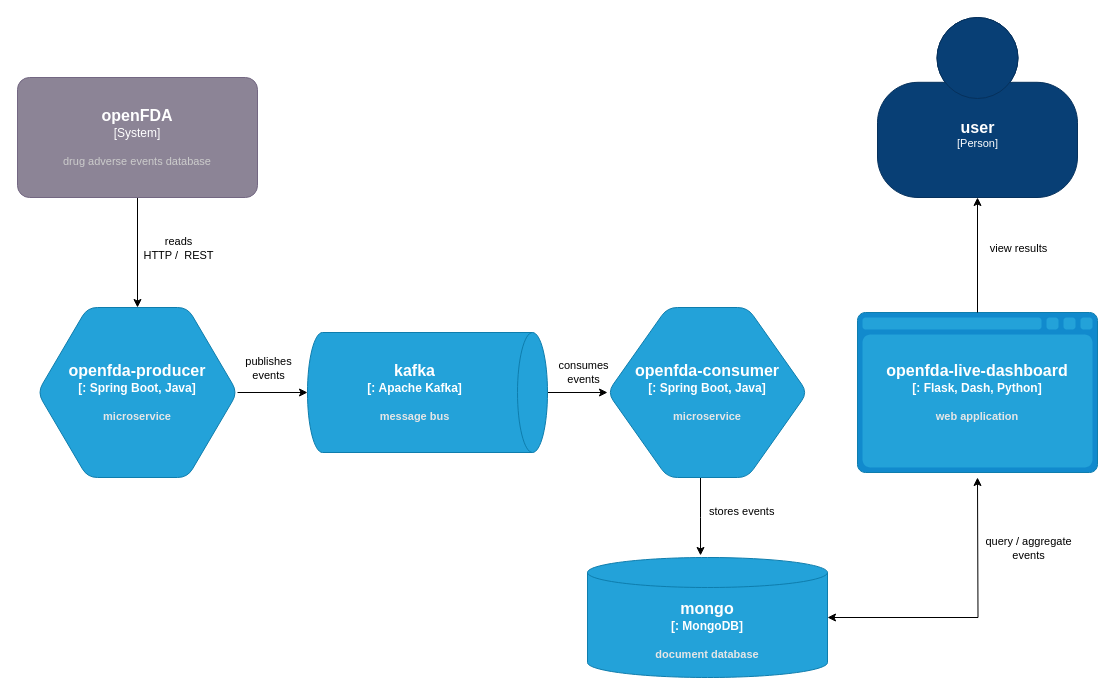
koziolk/openfda-bigdata-pipeline keeps this draw.io diagram as pipeline-architecture.drawio. Above is the earlier version. Source tidied: cells renumbered, new cells numbered last; positions are measured from the earlier drawing's top-left corner, leaving out a move shared by most shapes. Both pictures are drawn from the tidied source at 100%, with x=0, y=0 at pixel (17, 17).
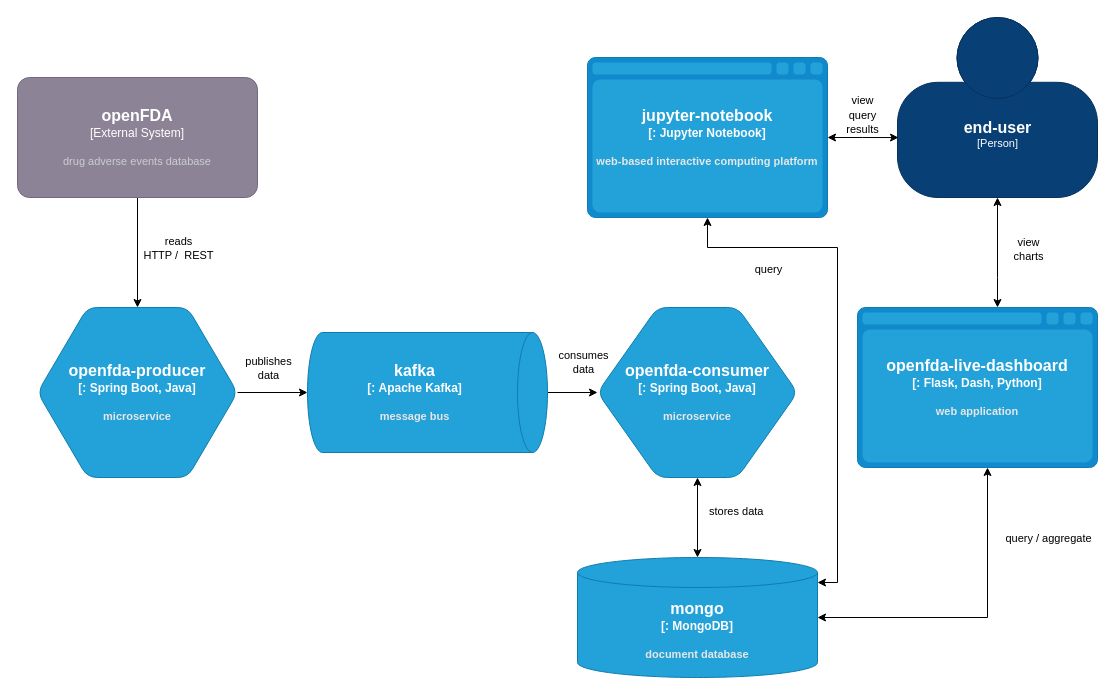
Above is the later version.

Commit message (it also covers changes not shown here):
update docker services definition, cosmetic changes in diagrams, new results

Unchanged cells that the change refers to:
```xml
<mxCell id="2" style="edgeStyle=orthogonalEdgeStyle;rounded=0;jettySize=auto;html=1;" parent="1" edge="1" source="4" target="6">
  <mxGeometry relative="1" as="geometry" />
</mxCell>
<object id="6" label="&lt;font style=&quot;font-size: 16px&quot;&gt;&lt;b&gt;%c4Type%&lt;/font&gt;&lt;div&gt;[%c4Container%:&amp;nbsp;%c4Technology%]&lt;/div&gt;&lt;br&gt;&lt;div&gt;&lt;font style=&quot;font-size: 11px&quot;&gt;&lt;font color=&quot;#E6E6E6&quot;&gt;%c4Description%&lt;/font&gt;&lt;/div&gt;" c4Container="" c4Description="message bus" c4Technology="Apache Kafka" c4Type="kafka" placeholders="1">
  <mxCell style="shape=cylinder3;size=15;direction=south;whiteSpace=wrap;html=1;boundedLbl=1;rounded=0;labelBackgroundColor=none;fillColor=#23A2D9;fontSize=12;fontColor=#ffffff;align=center;strokeColor=#0E7DAD;points=[[0.5,0,0],[1,0.25,0],[1,0.5,0],[1,0.75,0],[0.5,1,0],[0,0.75,0],[0,0.5,0],[0,0.25,0]];" parent="1" vertex="1">
    <mxGeometry x="290" y="315" width="240" height="120" as="geometry" />
  </mxCell>
</object>
```

What changed in the source:
```diff
@@
-    <mxCell id="3" value="publishes&lt;br&gt;events" style="edgeLabel;html=1;align=center;verticalAlign=middle;" parent="2" vertex="1">
+    <mxCell id="3" value="publishes&lt;br&gt;data" style="edgeLabel;html=1;align=center;verticalAlign=middle;" parent="2" vertex="1">
       <mxGeometry x="-0.06" y="4" relative="1" as="geometry">
         <mxPoint x="-3" y="-21" as="offset" />
       </mxGeometry>
     </mxCell>
@@
-    <mxCell id="5" style="edgeStyle=orthogonalEdgeStyle;rounded=0;jettySize=auto;html=1;" parent="1" edge="1" source="6" target="8">
+    <mxCell id="5" style="edgeStyle=orthogonalEdgeStyle;rounded=0;jettySize=auto;html=1;startArrow=none;startFill=0;endArrow=classic;endFill=1;" parent="1" edge="1" source="6" target="8">
       <mxGeometry relative="1" as="geometry" />
     </mxCell>
@@
-    <mxCell id="7" style="edgeStyle=orthogonalEdgeStyle;rounded=0;jettySize=auto;html=1;entryX=0.471;entryY=-0.017;entryDx=0;entryDy=0;entryPerimeter=0;" parent="1" edge="1" target="11">
-      <mxGeometry relative="1" as="geometry">
-        <mxPoint x="683" y="460" as="sourcePoint" />
-        <Array as="points">
-          <mxPoint x="683" y="500" />
-          <mxPoint x="683" y="500" />
-        </Array>
-      </mxGeometry>
-    </mxCell>
+    <mxCell id="21" style="edgeStyle=orthogonalEdgeStyle;rounded=0;jettySize=auto;html=1;startArrow=classic;startFill=1;endArrow=classic;endFill=1;" parent="1" edge="1" source="8" target="11">
+      <mxGeometry relative="1" as="geometry" />
+    </mxCell>
     <object id="8" label="&lt;font style=&quot;font-size: 16px&quot;&gt;&lt;b&gt;%c4Type%&lt;/font&gt;&lt;div&gt;[%c4Container%:&amp;nbsp;%c4Technology%]&lt;/div&gt;&lt;br&gt;&lt;div&gt;&lt;font style=&quot;font-size: 11px&quot;&gt;&lt;font color=&quot;#E6E6E6&quot;&gt;%c4Description%&lt;/font&gt;&lt;/div&gt;" c4Container="" c4Description="microservice" c4Technology="Spring Boot, Java" c4Type="openfda-consumer" placeholders="1">
       <mxCell style="shape=hexagon;size=60;perimeter=hexagonPerimeter2;whiteSpace=wrap;html=1;fixedSize=1;rounded=1;labelBackgroundColor=none;fillColor=#23A2D9;fontSize=12;fontColor=#ffffff;align=center;strokeColor=#0E7DAD;points=[[0.5,0,0],[1,0.25,0],[1,0.5,0],[1,0.75,0],[0.5,1,0],[0,0.75,0],[0,0.5,0],[0,0.25,0]];" parent="1" vertex="1">
-        <mxGeometry x="590" y="290" width="200" height="170" as="geometry" />
+        <mxGeometry x="580" y="290" width="200" height="170" as="geometry" />
       </mxCell>
     </object>
-    <mxCell id="9" style="edgeStyle=orthogonalEdgeStyle;rounded=0;jettySize=auto;html=1;startArrow=classic;startFill=1;" parent="1" edge="1" source="11">
+    <mxCell id="9" style="edgeStyle=orthogonalEdgeStyle;rounded=0;jettySize=auto;html=1;startArrow=classic;startFill=1;" parent="1" edge="1" source="11" target="15">
       <mxGeometry relative="1" as="geometry">
-        <mxPoint x="960" y="460" as="targetPoint" />
+        <Array as="points">
+          <mxPoint x="970" y="600" />
+        </Array>
       </mxGeometry>
     </mxCell>
-    <mxCell id="10" value="query / aggregate&lt;br&gt;events" style="edgeLabel;html=1;align=center;verticalAlign=middle;" parent="9" vertex="1">
+    <mxCell id="10" value="query" style="edgeLabel;html=1;align=center;verticalAlign=middle;" parent="9" vertex="1">
       <mxGeometry x="0.54" y="3" relative="1" as="geometry">
-        <mxPoint x="53" y="4" as="offset" />
+        <mxPoint x="-217" y="-273" as="offset" />
       </mxGeometry>
     </mxCell>
     <object id="11" label="&lt;font style=&quot;font-size: 16px&quot;&gt;&lt;b&gt;%c4Type%&lt;/font&gt;&lt;div&gt;[%c4Container%:&amp;nbsp;%c4Technology%]&lt;/div&gt;&lt;br&gt;&lt;div&gt;&lt;font style=&quot;font-size: 11px&quot;&gt;&lt;font color=&quot;#E6E6E6&quot;&gt;%c4Description%&lt;/font&gt;&lt;/div&gt;" c4Container="" c4Description="document database" c4Technology="MongoDB" c4Type="mongo" placeholders="1">
       <mxCell style="shape=cylinder3;size=15;whiteSpace=wrap;html=1;boundedLbl=1;rounded=0;labelBackgroundColor=none;fillColor=#23A2D9;fontSize=12;fontColor=#ffffff;align=center;strokeColor=#0E7DAD;points=[[0.5,0,0],[1,0.25,0],[1,0.5,0],[1,0.75,0],[0.5,1,0],[0,0.75,0],[0,0.5,0],[0,0.25,0]];" parent="1" vertex="1">
-        <mxGeometry x="570" y="540" width="240" height="120" as="geometry" />
+        <mxGeometry x="560" y="540" width="240" height="120" as="geometry" />
       </mxCell>
     </object>
@@
-    <object id="14" label="&lt;font style=&quot;font-size: 16px&quot;&gt;&lt;b&gt;%c4Name%&lt;/b&gt;&lt;/font&gt;&lt;div&gt;[%c4Type%]&lt;/div&gt;&lt;br&gt;&lt;div&gt;&lt;font style=&quot;font-size: 11px&quot;&gt;&lt;font color=&quot;#cccccc&quot;&gt;%c4Description%&lt;/font&gt;&lt;/div&gt;" c4Description="drug adverse events database" c4Name="openFDA" c4Type="System" placeholders="1">
+    <object id="14" label="&lt;font style=&quot;font-size: 16px&quot;&gt;&lt;b&gt;%c4Name%&lt;/b&gt;&lt;/font&gt;&lt;div&gt;[%c4Type%]&lt;/div&gt;&lt;br&gt;&lt;div&gt;&lt;font style=&quot;font-size: 11px&quot;&gt;&lt;font color=&quot;#cccccc&quot;&gt;%c4Description%&lt;/font&gt;&lt;/div&gt;" c4Description="drug adverse events database" c4Name="openFDA" c4Type="External System" placeholders="1">
       <mxCell style="rounded=1;whiteSpace=wrap;html=1;labelBackgroundColor=none;fillColor=#8C8496;fontColor=#ffffff;align=center;arcSize=10;strokeColor=#736782;points=[[0.25,0,0],[0.5,0,0],[0.75,0,0],[1,0.25,0],[1,0.5,0],[1,0.75,0],[0.75,1,0],[0.5,1,0],[0.25,1,0],[0,0.75,0],[0,0.5,0],[0,0.25,0]];" parent="1" vertex="1">
         <mxGeometry y="60" width="240" height="120" as="geometry" />
       </mxCell>
     </object>
+    <mxCell id="22" style="edgeStyle=orthogonalEdgeStyle;rounded=0;jettySize=auto;html=1;startArrow=classic;startFill=1;endArrow=classic;endFill=1;" parent="1" edge="1" source="15" target="17">
+      <mxGeometry relative="1" as="geometry">
+        <Array as="points">
+          <mxPoint x="980" y="260" />
+          <mxPoint x="980" y="260" />
+        </Array>
+      </mxGeometry>
+    </mxCell>
     <object id="15" label="&lt;font style=&quot;font-size: 16px&quot;&gt;&lt;b&gt;%c4Type%&lt;/font&gt;&lt;div&gt;[%c4Container%:&amp;nbsp;%c4Technology%]&lt;/div&gt;&lt;br&gt;&lt;div&gt;&lt;font style=&quot;font-size: 11px&quot;&gt;&lt;font color=&quot;#E6E6E6&quot;&gt;%c4Description%&lt;/font&gt;&lt;/div&gt;" c4Container="" c4Description="web application" c4Technology="Flask, Dash, Python" c4Type="openfda-live-dashboard" placeholders="1">
       <mxCell style="shape=mxgraph.c4.webBrowserContainer;whiteSpace=wrap;html=1;boundedLbl=1;rounded=0;labelBackgroundColor=none;fillColor=#118ACD;fontSize=12;fontColor=#ffffff;align=center;strokeColor=#0E7DAD;points=[[0.5,0,0],[1,0.25,0],[1,0.5,0],[1,0.75,0],[0.5,1,0],[0,0.75,0],[0,0.5,0],[0,0.25,0]];" parent="1" vertex="1">
-        <mxGeometry x="840" y="295" width="240" height="160" as="geometry" />
+        <mxGeometry x="840" y="290" width="240" height="160" as="geometry" />
       </mxCell>
     </object>
-    <mxCell id="16" style="edgeStyle=orthogonalEdgeStyle;rounded=0;jettySize=auto;html=1;startArrow=classic;startFill=1;endArrow=none;endFill=0;" parent="1" edge="1" source="17" target="15">
-      <mxGeometry relative="1" as="geometry" />
-    </mxCell>
-    <object id="17" label="&lt;font style=&quot;font-size: 16px&quot;&gt;&lt;b&gt;%c4Name%&lt;/b&gt;&lt;/font&gt;&lt;div&gt;[%c4Type%]&lt;/div&gt;&lt;br&gt;&lt;div&gt;&lt;font style=&quot;font-size: 11px&quot;&gt;&lt;font color=&quot;#cccccc&quot;&gt;%c4Description%&lt;/font&gt;&lt;/div&gt;" c4Description="" c4Name="user" c4Type="Person" placeholders="1">
+    <object id="17" label="&lt;font style=&quot;font-size: 16px&quot;&gt;&lt;b&gt;%c4Name%&lt;/b&gt;&lt;/font&gt;&lt;div&gt;[%c4Type%]&lt;/div&gt;&lt;br&gt;&lt;div&gt;&lt;font style=&quot;font-size: 11px&quot;&gt;&lt;font color=&quot;#cccccc&quot;&gt;%c4Description%&lt;/font&gt;&lt;/div&gt;" c4Description="" c4Name="end-user" c4Type="Person" placeholders="1">
       <mxCell style="html=1;fontSize=11;dashed=0;whitespace=wrap;fillColor=#083F75;strokeColor=#06315C;fontColor=#ffffff;shape=mxgraph.c4.person2;align=center;points=[[0.5,0,0],[1,0.5,0],[1,0.75,0],[0.75,1,0],[0.5,1,0],[0.25,1,0],[0,0.75,0],[0,0.5,0]];" parent="1" vertex="1">
-        <mxGeometry x="860" width="200" height="180" as="geometry" />
+        <mxGeometry x="880" width="200" height="180" as="geometry" />
       </mxCell>
     </object>
-    <mxCell id="18" value="&lt;span style=&quot;color: rgb(0 , 0 , 0) ; font-family: &amp;#34;helvetica&amp;#34; ; font-size: 11px ; font-style: normal ; font-weight: 400 ; letter-spacing: normal ; text-align: center ; text-indent: 0px ; text-transform: none ; word-spacing: 0px ; background-color: rgb(255 , 255 , 255) ; display: inline ; float: none&quot;&gt;stores events&lt;br&gt;&lt;/span&gt;" style="text;whiteSpace=wrap;html=1;" parent="1" vertex="1">
-      <mxGeometry x="690" y="480" width="80" height="50" as="geometry" />
+    <mxCell id="18" value="&lt;span style=&quot;color: rgb(0 , 0 , 0) ; font-family: &amp;#34;helvetica&amp;#34; ; font-size: 11px ; font-style: normal ; font-weight: 400 ; letter-spacing: normal ; text-align: center ; text-indent: 0px ; text-transform: none ; word-spacing: 0px ; background-color: rgb(255 , 255 , 255) ; display: inline ; float: none&quot;&gt;stores data&lt;br&gt;&lt;/span&gt;" style="text;whiteSpace=wrap;html=1;" parent="1" vertex="1">
+      <mxGeometry x="690" y="480" width="80" height="30" as="geometry" />
     </mxCell>
-    <mxCell id="19" value="consumes&lt;br&gt;events" style="edgeLabel;html=1;align=center;verticalAlign=middle;" parent="1" vertex="1">
-      <mxGeometry x="450" y="400" as="geometry">
+    <mxCell id="19" value="consumes&lt;br&gt;data" style="edgeLabel;html=1;align=center;verticalAlign=middle;" parent="1" vertex="1">
+      <mxGeometry x="450" y="390" as="geometry">
         <mxPoint x="115" y="-46" as="offset" />
       </mxGeometry>
     </mxCell>
-    <mxCell id="20" value="view results" style="edgeLabel;html=1;align=center;verticalAlign=middle;" parent="1" vertex="1">
-      <mxGeometry x="1000" y="230" as="geometry" />
+    <mxCell id="20" value="view &lt;br&gt;charts" style="edgeLabel;html=1;align=center;verticalAlign=middle;" parent="1" vertex="1">
+      <mxGeometry x="1010" y="240" as="geometry">
+        <mxPoint y="-9" as="offset" />
+      </mxGeometry>
     </mxCell>
+    <mxCell id="23" style="edgeStyle=orthogonalEdgeStyle;rounded=0;jettySize=auto;html=1;startArrow=classic;startFill=1;endArrow=classic;endFill=1;entryX=0.005;entryY=0.667;entryDx=0;entryDy=0;entryPerimeter=0;" parent="1" edge="1" source="25" target="17">
+      <mxGeometry relative="1" as="geometry" />
+    </mxCell>
+    <mxCell id="24" style="edgeStyle=orthogonalEdgeStyle;rounded=0;jettySize=auto;html=1;startArrow=classic;startFill=1;endArrow=classic;endFill=1;" parent="1" edge="1" source="25">
+      <mxGeometry relative="1" as="geometry">
+        <mxPoint x="800" y="565" as="targetPoint" />
+        <Array as="points">
+          <mxPoint x="690" y="230" />
+          <mxPoint x="820" y="230" />
+          <mxPoint x="820" y="565" />
+        </Array>
+      </mxGeometry>
+    </mxCell>
+    <object id="25" label="&lt;font style=&quot;font-size: 16px&quot;&gt;&lt;b&gt;%c4Type%&lt;/font&gt;&lt;div&gt;[%c4Container%:&amp;nbsp;%c4Technology%]&lt;/div&gt;&lt;br&gt;&lt;div&gt;&lt;font style=&quot;font-size: 11px&quot;&gt;&lt;font color=&quot;#E6E6E6&quot;&gt;%c4Description%&lt;/font&gt;&lt;/div&gt;" c4Container="" c4Description=" web-based interactive computing platform" c4Technology="Jupyter Notebook" c4Type="jupyter-notebook" placeholders="1">
+      <mxCell style="shape=mxgraph.c4.webBrowserContainer;whiteSpace=wrap;html=1;boundedLbl=1;rounded=0;labelBackgroundColor=none;fillColor=#118ACD;fontSize=12;fontColor=#ffffff;align=center;strokeColor=#0E7DAD;points=[[0.5,0,0],[1,0.25,0],[1,0.5,0],[1,0.75,0],[0.5,1,0],[0,0.75,0],[0,0.5,0],[0,0.25,0]];" parent="1" vertex="1">
+        <mxGeometry x="570" y="40" width="240" height="160" as="geometry" />
+      </mxCell>
+    </object>
+    <mxCell id="26" value="&lt;br&gt;&lt;font style=&quot;font-size: 11px&quot;&gt;&lt;font style=&quot;font-size: 11px&quot;&gt;vie&lt;/font&gt;w &lt;br&gt;query&lt;br&gt;results&lt;/font&gt;" style="text;html=1;align=center;verticalAlign=middle;strokeColor=none;fillColor=none;" parent="1" vertex="1">
+      <mxGeometry x="820" y="60" width="50" height="60" as="geometry" />
+    </mxCell>
+    <mxCell id="27" value="query / aggregate" style="edgeLabel;html=1;align=center;verticalAlign=middle;" parent="1" vertex="1">
+      <mxGeometry x="1030" y="520" as="geometry" />
+    </mxCell>
```
